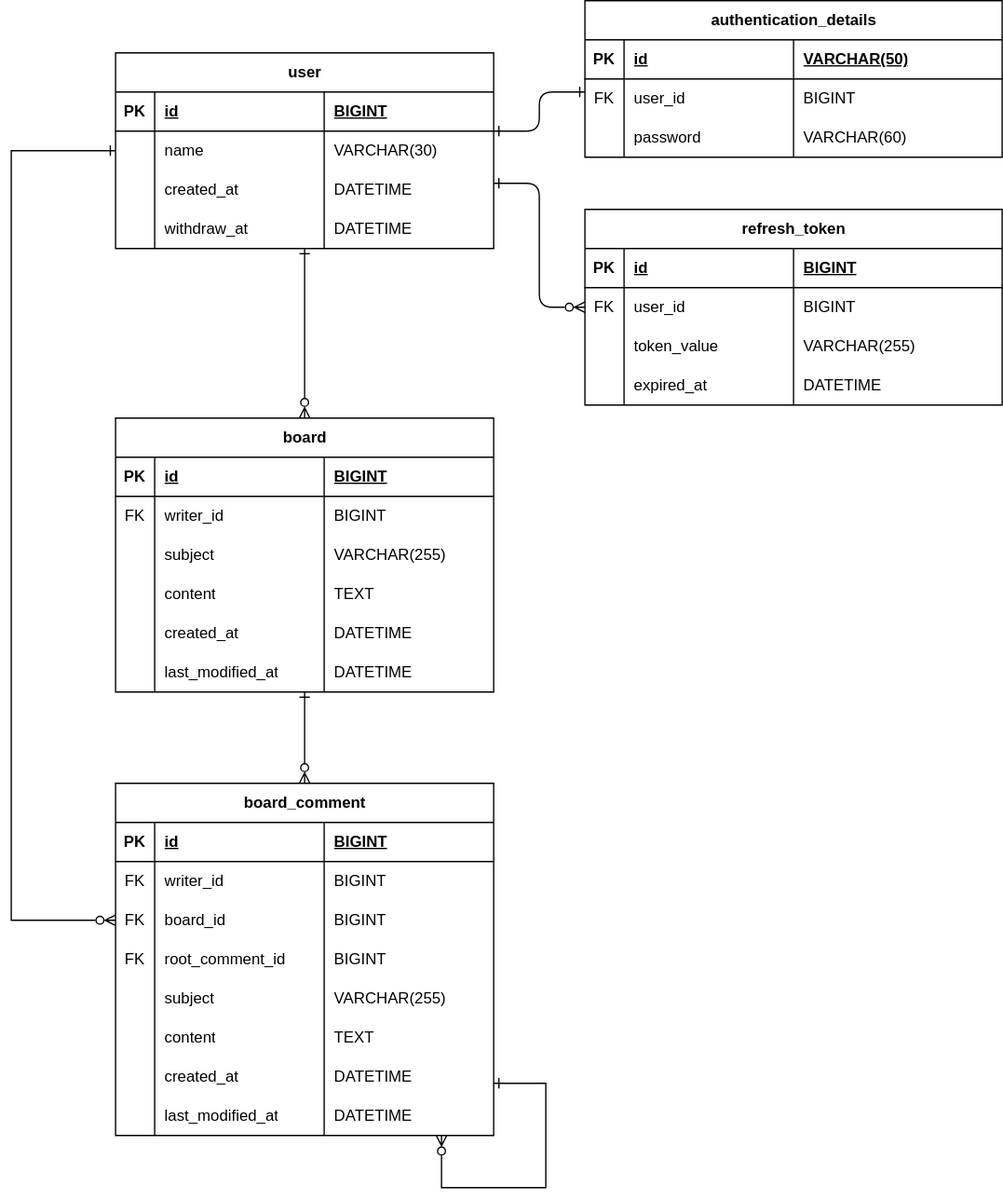
Jeongyounghyeon/expandable-application keeps this draw.io diagram as docs/erd.svg. Above is the earlier version. Source tidied: cells renumbered, new cells last; positions are measured from the earlier drawing's top-left corner, leaving out a move shared by most shapes.
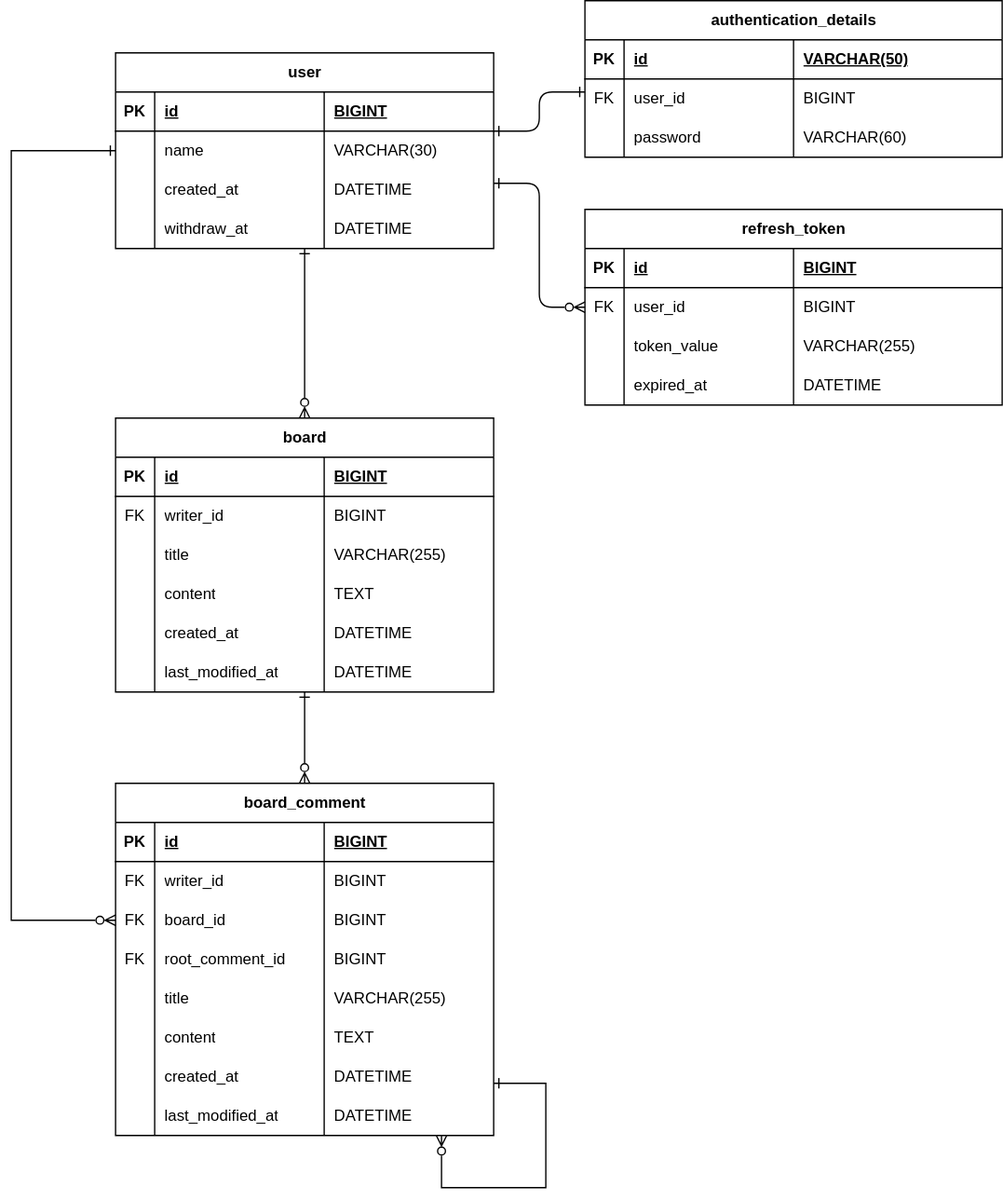
Later version of the same file.

Commit message:
feat: 게시판 및 게시판 댓글 테이블 제목 컬럼 이름 변경

의미상 더 적절하다고 판단하여 subject 에서 title로 변경

What changed in the source:
```diff
@@ -195,7 +195,7 @@
     <mxCell id="62" style="shape=partialRectangle;fillColor=none;top=0;left=0;bottom=0;right=0;overflow=hidden;whiteSpace=wrap;html=1;" parent="61" vertex="1">
       <mxGeometry width="30" height="30" as="geometry" />
     </mxCell>
-    <mxCell id="63" value="subject" style="shape=partialRectangle;fillColor=none;top=0;left=0;bottom=0;right=0;align=left;spacingLeft=6;overflow=hidden;whiteSpace=wrap;html=1;" parent="61" vertex="1">
+    <mxCell id="63" value="title" style="shape=partialRectangle;fillColor=none;top=0;left=0;bottom=0;right=0;align=left;spacingLeft=6;overflow=hidden;whiteSpace=wrap;html=1;" parent="61" vertex="1">
       <mxGeometry x="30" width="130" height="30" as="geometry" />
     </mxCell>
     <mxCell id="64" value="VARCHAR(255)" style="shape=partialRectangle;fillColor=none;top=0;left=0;bottom=0;right=0;align=left;spacingLeft=6;overflow=hidden;whiteSpace=wrap;html=1;" parent="61" vertex="1">
@@ -294,7 +294,7 @@
     <mxCell id="95" style="shape=partialRectangle;fillColor=none;top=0;left=0;bottom=0;right=0;overflow=hidden;whiteSpace=wrap;html=1;" parent="94" vertex="1">
       <mxGeometry width="30" height="30" as="geometry" />
     </mxCell>
-    <mxCell id="96" value="subject" style="shape=partialRectangle;fillColor=none;top=0;left=0;bottom=0;right=0;align=left;spacingLeft=6;overflow=hidden;whiteSpace=wrap;html=1;" parent="94" vertex="1">
+    <mxCell id="96" value="title" style="shape=partialRectangle;fillColor=none;top=0;left=0;bottom=0;right=0;align=left;spacingLeft=6;overflow=hidden;whiteSpace=wrap;html=1;" parent="94" vertex="1">
       <mxGeometry x="30" width="130" height="30" as="geometry" />
     </mxCell>
     <mxCell id="97" value="VARCHAR(255)" style="shape=partialRectangle;fillColor=none;top=0;left=0;bottom=0;right=0;align=left;spacingLeft=6;overflow=hidden;whiteSpace=wrap;html=1;" parent="94" vertex="1">
```
